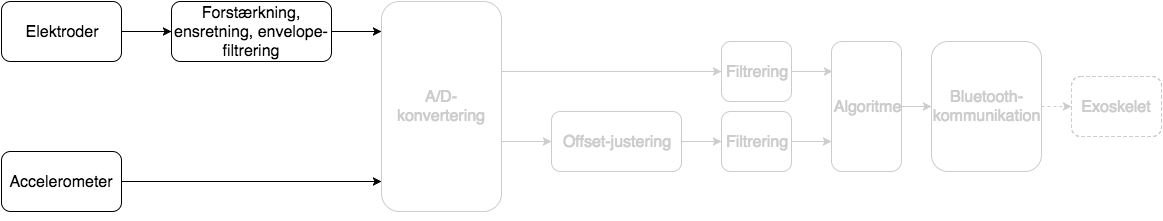
Earlier version of the draw.io export figures/implementering/Blokdiagram_analog.png (mariakroustrup/ST4). Source tidied: cells renumbered, new cells last; positions are measured from the earlier drawing's top-left corner, leaving out a move shared by most shapes.
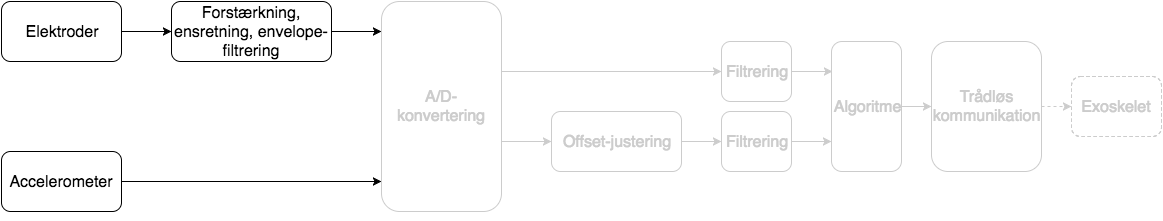
The same diagram one commit later.

What changed in the source:
```diff
@@ -71,7 +71,7 @@
     <mxCell id="19" value="&lt;span&gt;&lt;font color=&quot;#cccccc&quot; style=&quot;font-size: 16px&quot;&gt;Algoritme&lt;/font&gt;&lt;/span&gt;" style="rounded=1;whiteSpace=wrap;html=1;strokeColor=#CCCCCC;" parent="1" vertex="1">
       <mxGeometry x="830" y="40" width="70" height="130" as="geometry" />
     </mxCell>
-    <mxCell id="20" value="&lt;font color=&quot;#cccccc&quot; style=&quot;font-size: 16px&quot;&gt;Bluetooth-kommunikation&lt;/font&gt;" style="rounded=1;whiteSpace=wrap;html=1;strokeColor=#CCCCCC;" parent="1" vertex="1">
+    <mxCell id="20" value="&lt;font color=&quot;#cccccc&quot;&gt;&lt;span style=&quot;font-size: 16px ; line-height: 19.2px&quot;&gt;Trådløs kommunikation&lt;/span&gt;&lt;/font&gt;" style="rounded=1;whiteSpace=wrap;html=1;strokeColor=#CCCCCC;" parent="1" vertex="1">
       <mxGeometry x="930" y="40" width="110" height="130" as="geometry" />
     </mxCell>
     <mxCell id="21" style="edgeStyle=orthogonalEdgeStyle;rounded=0;html=1;exitX=1;exitY=0.5;jettySize=auto;orthogonalLoop=1;strokeColor=#CCCCCC;" parent="1" edge="1">
```
